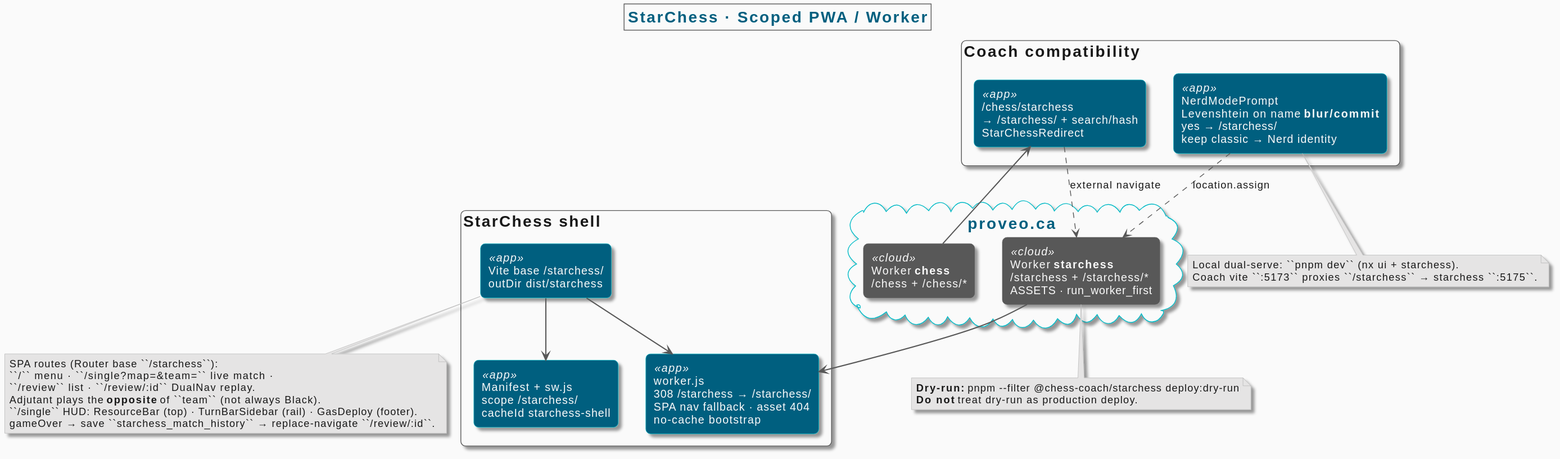
Earlier version of the PlantUML export _spec/apps/starchess/deployment.svg (proveo-ca/chess-coach). The source it was exported from:
```plantuml
@startuml
!include ../../themes/proveo.puml

skinparam packageStyle rectangle
skinparam defaultTextAlignment left

title StarChess · Scoped PWA / Worker

cloud "proveo.ca" {
  component "Worker **starchess**\n/starchess + /starchess/*\nASSETS · run_worker_first" as W <<cloud>>
  component "Worker **chess**\n/chess + /chess/*" as C <<cloud>>
}

package "StarChess shell" {
  component "Vite base /starchess/\noutDir dist/starchess" as V <<app>>
  component "Manifest + sw.js\nscope /starchess/\ncacheId starchess-shell" as P <<app>>
  component "worker.js\n308 /starchess → /starchess/\nSPA nav fallback · asset 404\nno-cache bootstrap" as J <<app>>
}

package "Coach compatibility" {
  component "/chess/starchess\n→ /starchess/ + search/hash\nStarChessRedirect" as R <<app>>
  component "NerdModePrompt\nLevenshtein on name **blur/commit**\nyes → /starchess/\nkeep classic → Nerd identity" as N <<app>>
}

V --> P
V --> J
W --> J
C --> R
R ..> W : external navigate
N ..> W : location.assign

note bottom of V
  SPA routes (Router base ``/starchess``):
  ``/`` menu · ``/single?map=&team=`` live match ·
  ``/review`` list · ``/review/:id`` DualNav replay.
  Adjutant plays the **opposite** of ``team`` (not always Black).
  ``/single`` HUD: ResourceBar (top) · TurnBarSidebar (rail) · GasDeploy (footer).
  gameOver → save ``starchess_match_history`` → replace-navigate ``/review/:id``.
end note

note bottom of N
  Local dual-serve: ``pnpm dev`` (nx ui + starchess).
  Coach vite ``:5173`` proxies ``/starchess`` → starchess ``:5175``.
end note

note bottom of W
  **Dry-run:** pnpm --filter @chess-coach/starchess deploy:dry-run
  **Do not** treat dry-run as production deploy.
end note
@enduml
```
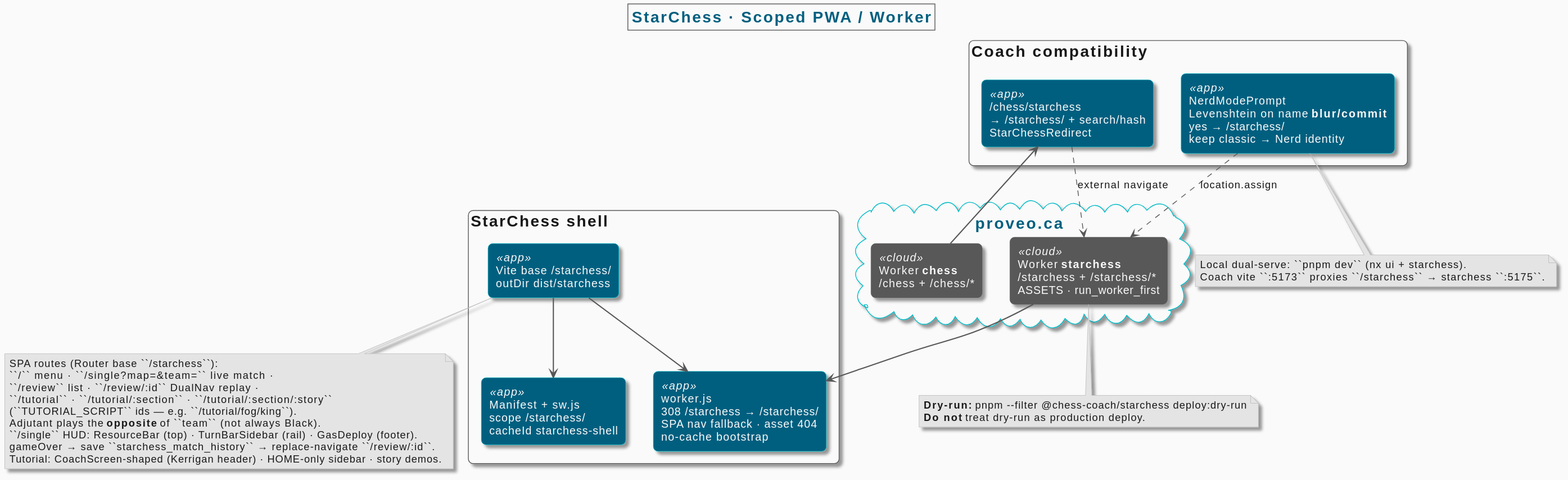
After the change.

Change to the diagram source:
```diff
@@ -32,10 +32,13 @@
 note bottom of V
   SPA routes (Router base ``/starchess``):
   ``/`` menu · ``/single?map=&team=`` live match ·
-  ``/review`` list · ``/review/:id`` DualNav replay.
+  ``/review`` list · ``/review/:id`` DualNav replay ·
+  ``/tutorial`` · ``/tutorial/:section`` · ``/tutorial/:section/:story``
+  (``TUTORIAL_SCRIPT`` ids — e.g. ``/tutorial/fog/king``).
   Adjutant plays the **opposite** of ``team`` (not always Black).
   ``/single`` HUD: ResourceBar (top) · TurnBarSidebar (rail) · GasDeploy (footer).
   gameOver → save ``starchess_match_history`` → replace-navigate ``/review/:id``.
+  Tutorial: CoachScreen-shaped (Kerrigan header) · HOME-only sidebar · story demos.
 end note
 
 note bottom of N
```
